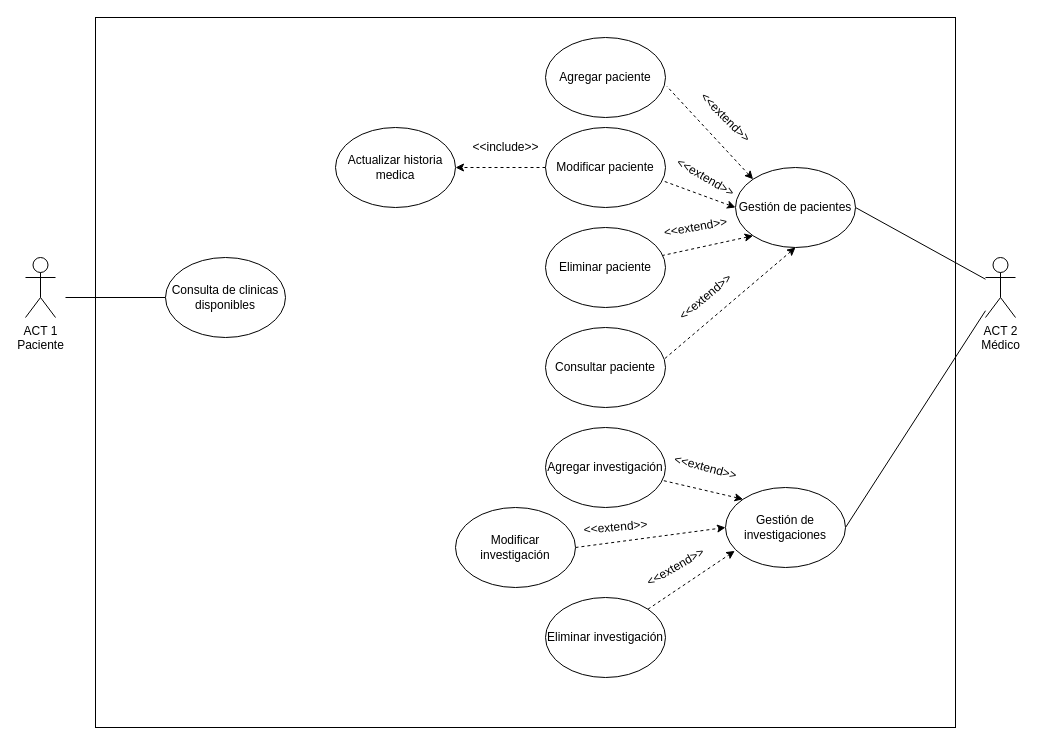
Before: page "CU" (1 of 2) of MET/CU NetDoc.drawio in NeutronBlast/IS-Ex, a draw.io diagram. Source tidied: cells renumbered, new cells numbered last; positions are measured from the earlier drawing's top-left corner, leaving out a move shared by most shapes. Both pictures are drawn from the tidied source at 100%, with x=0, y=0 at pixel (25, 17).
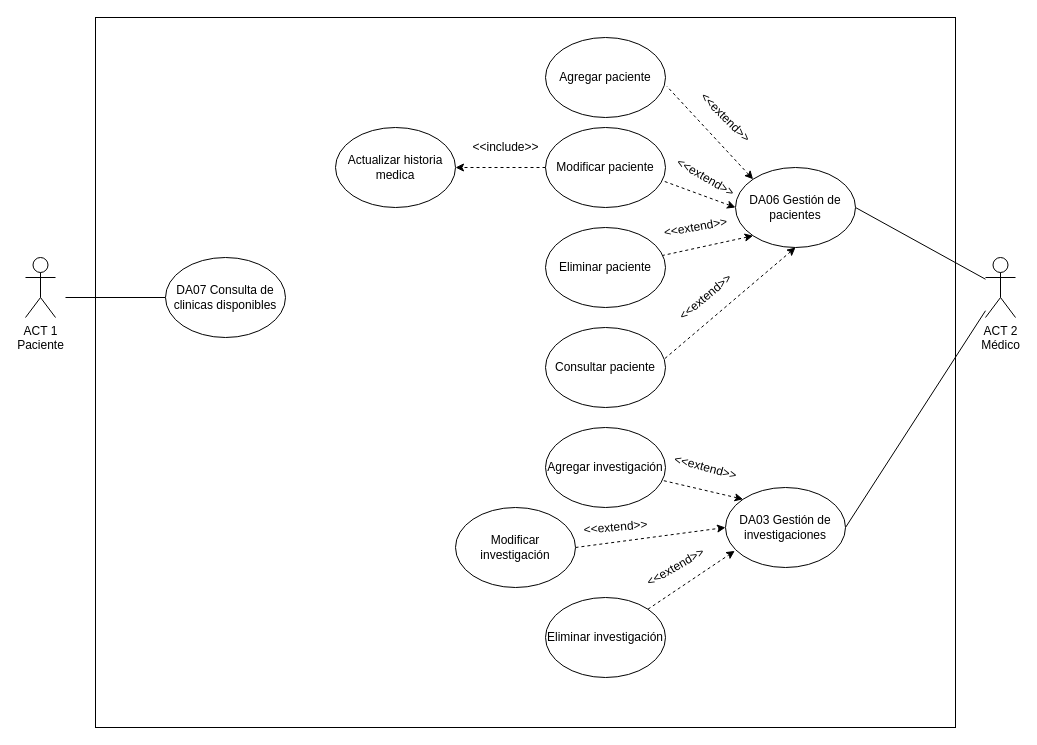
The same diagram, later.

Diff of the diagram source:
```diff
@@
-    <mxCell id="7" value="Gestión de investigaciones" style="ellipse;whiteSpace=wrap;html=1;" parent="1" vertex="1">
+    <mxCell id="7" value="DA03 Gestión de investigaciones" style="ellipse;whiteSpace=wrap;html=1;" parent="1" vertex="1">
       <mxGeometry x="700" y="470" width="120" height="80" as="geometry" />
     </mxCell>
@@
-    <mxCell id="13" value="Gestión de pacientes" style="ellipse;whiteSpace=wrap;html=1;" parent="1" vertex="1">
+    <mxCell id="13" value="DA06 Gestión de pacientes" style="ellipse;whiteSpace=wrap;html=1;" parent="1" vertex="1">
       <mxGeometry x="710" y="150" width="120" height="80" as="geometry" />
     </mxCell>
@@
-    <mxCell id="15" value="Consulta de clinicas disponibles" style="ellipse;whiteSpace=wrap;html=1;" parent="1" vertex="1">
+    <mxCell id="15" value="DA07 Consulta de clinicas disponibles" style="ellipse;whiteSpace=wrap;html=1;" parent="1" vertex="1">
       <mxGeometry x="140" y="240" width="120" height="80" as="geometry" />
     </mxCell>
```
